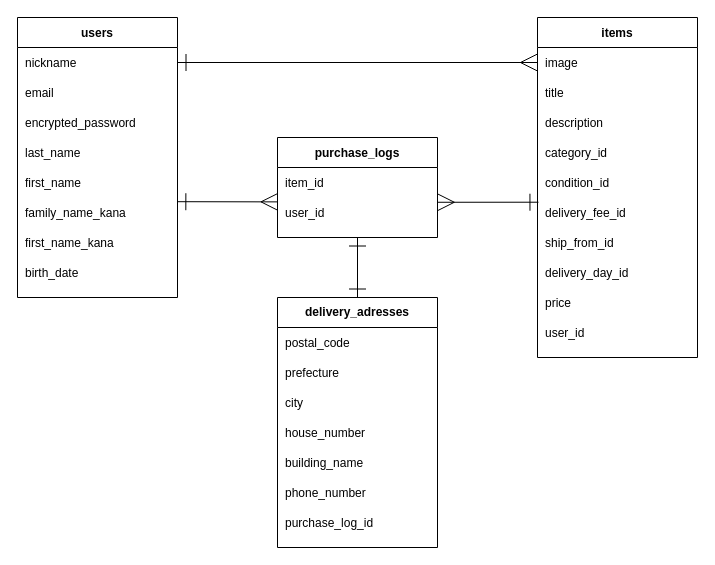
Earlier version of the draw.io diagram er.dio (Maikowazowski/furima-35921). Source tidied: cells renumbered, new cells numbered last; positions are measured from the earlier drawing's top-left corner, leaving out a move shared by most shapes. Both pictures are drawn from the tidied source at 100%, with x=0, y=0 at pixel (17, 17).
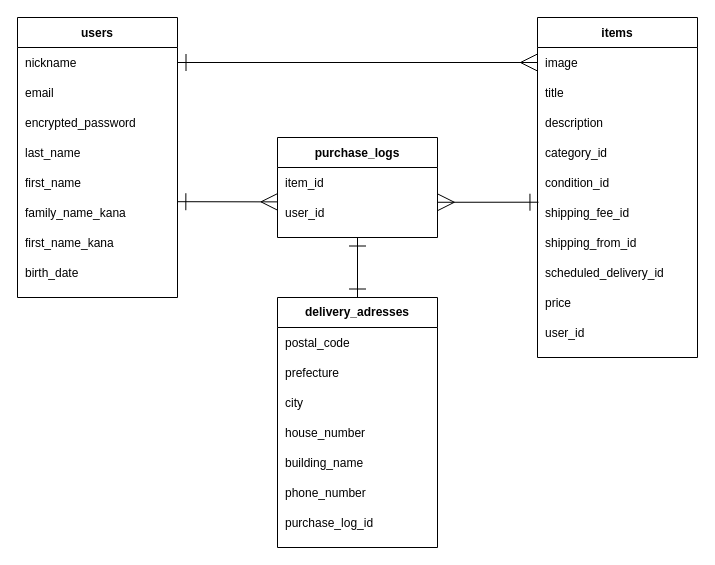
The same diagram, later.

The change refers to these unchanged cells:
```xml
<mxCell id="46" style="shape=partialRectangle;fillColor=none;top=0;left=0;bottom=0;right=0;points=[[0,0.5],[1,0.5]];portConstraint=eastwest;" parent="35" vertex="1">
  <mxGeometry y="180" width="160" height="30" as="geometry" />
</mxCell>
<mxCell id="48" style="shape=partialRectangle;fillColor=none;top=0;left=0;bottom=0;right=0;" parent="35" vertex="1">
  <mxGeometry y="210" width="160" height="30" as="geometry" />
</mxCell>
<mxCell id="50" style="shape=partialRectangle;fillColor=none;top=0;left=0;bottom=0;right=0;" parent="35" vertex="1">
  <mxGeometry y="240" width="160" height="30" as="geometry" />
</mxCell>
```

What changed in the source:
```diff
@@
-    <mxCell id="47" value="delivery_fee_id" style="shape=partialRectangle;fillColor=none;top=0;left=0;bottom=0;right=0;align=left;spacingLeft=6;overflow=hidden;" parent="46" vertex="1">
+    <mxCell id="47" value="shipping_fee_id" style="shape=partialRectangle;fillColor=none;top=0;left=0;bottom=0;right=0;align=left;spacingLeft=6;overflow=hidden;" parent="46" vertex="1">
       <mxGeometry width="160" height="30" as="geometry" />
     </mxCell>
@@
-    <mxCell id="49" value="ship_from_id" style="shape=partialRectangle;fillColor=none;top=0;left=0;bottom=0;right=0;align=left;spacingLeft=6;overflow=hidden;" parent="48" vertex="1">
+    <mxCell id="49" value="shipping_from_id" style="shape=partialRectangle;fillColor=none;top=0;left=0;bottom=0;right=0;align=left;spacingLeft=6;overflow=hidden;" parent="48" vertex="1">
       <mxGeometry width="160" height="30" as="geometry" />
     </mxCell>
@@
-    <mxCell id="51" value="delivery_day_id" style="shape=partialRectangle;fillColor=none;top=0;left=0;bottom=0;right=0;align=left;spacingLeft=6;overflow=hidden;" parent="50" vertex="1">
+    <mxCell id="51" value="scheduled_delivery_id" style="shape=partialRectangle;fillColor=none;top=0;left=0;bottom=0;right=0;align=left;spacingLeft=6;overflow=hidden;" parent="50" vertex="1">
       <mxGeometry width="160" height="30" as="geometry" />
     </mxCell>
```
